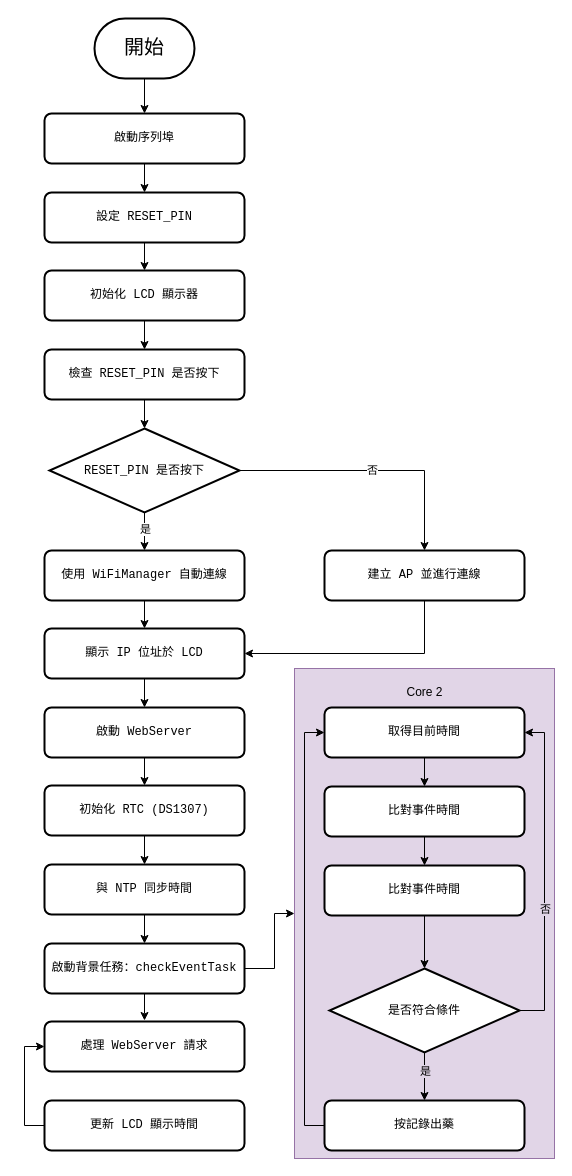
Above: main_wifiManager/流程圖.drawio in Shift2Ace/sba-2026 (draw.io), before the change. Source tidied: cells renumbered, new cells numbered last; positions are measured from the earlier drawing's top-left corner, leaving out a move shared by most shapes. Both pictures are drawn from the tidied source at 100%, with x=0, y=0 at pixel (24, 18).
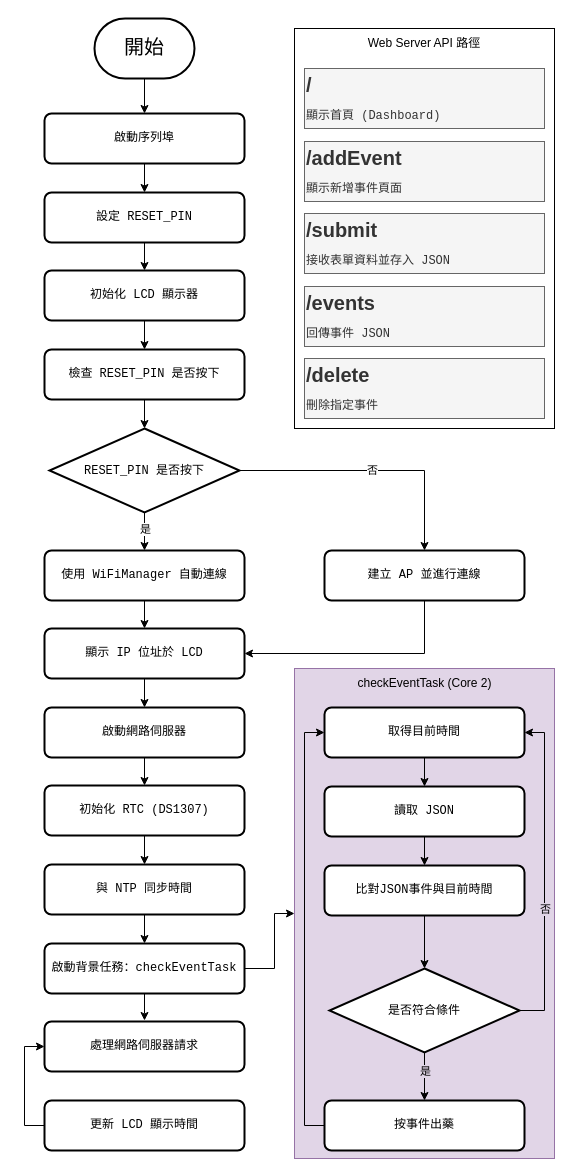
The same diagram, later.

Commit message (it also covers changes not shown here):
更新流程圖.drawio

Unchanged cells that the change refers to:
```xml
<mxCell id="34" style="group;" parent="1" vertex="1">
  <mxGeometry x="270" y="650" width="260" height="490" as="geometry" />
</mxCell>
```

What changed in the source:
```diff
@@
-    <mxCell id="16" value="&lt;pre&gt;&lt;div&gt;啟動 WebServer&lt;/div&gt;&lt;/pre&gt;" style="rounded=1;whiteSpace=wrap;html=1;absoluteArcSize=1;arcSize=14;strokeWidth=2;flipV=1;" parent="1" vertex="1">
+    <mxCell id="16" value="&lt;pre&gt;&lt;div&gt;啟動網路伺服器&lt;/div&gt;&lt;/pre&gt;" style="rounded=1;whiteSpace=wrap;html=1;absoluteArcSize=1;arcSize=14;strokeWidth=2;flipV=1;" parent="1" vertex="1">
       <mxGeometry x="20" y="689" width="200" height="50" as="geometry" />
     </mxCell>
@@
-    <mxCell id="24" value="&lt;pre&gt;&lt;div&gt;處理 WebServer 請求&lt;/div&gt;&lt;/pre&gt;" style="rounded=1;whiteSpace=wrap;html=1;absoluteArcSize=1;arcSize=14;strokeWidth=2;flipV=1;" parent="1" vertex="1">
+    <mxCell id="24" value="&lt;pre&gt;&lt;div&gt;處理網路伺服器請求&lt;/div&gt;&lt;/pre&gt;" style="rounded=1;whiteSpace=wrap;html=1;absoluteArcSize=1;arcSize=14;strokeWidth=2;flipV=1;" parent="1" vertex="1">
       <mxGeometry x="20" y="1003" width="200" height="50" as="geometry" />
     </mxCell>
@@
-    <mxCell id="37" value="&lt;pre&gt;&lt;div&gt;比對事件時間&lt;/div&gt;&lt;/pre&gt;" style="rounded=1;whiteSpace=wrap;html=1;absoluteArcSize=1;arcSize=14;strokeWidth=2;flipV=1;" parent="34" vertex="1">
+    <mxCell id="37" value="&lt;pre&gt;&lt;div&gt;讀取 JSON&lt;/div&gt;&lt;/pre&gt;" style="rounded=1;whiteSpace=wrap;html=1;absoluteArcSize=1;arcSize=14;strokeWidth=2;flipV=1;" parent="34" vertex="1">
       <mxGeometry x="30" y="118" width="200" height="50" as="geometry" />
     </mxCell>
-    <mxCell id="38" value="&lt;pre&gt;&lt;div&gt;比對事件時間&lt;/div&gt;&lt;/pre&gt;" style="rounded=1;whiteSpace=wrap;html=1;absoluteArcSize=1;arcSize=14;strokeWidth=2;flipV=1;" parent="34" vertex="1">
+    <mxCell id="38" value="&lt;pre&gt;&lt;div&gt;比對JSON事件與目前時間&lt;/div&gt;&lt;/pre&gt;" style="rounded=1;whiteSpace=wrap;html=1;absoluteArcSize=1;arcSize=14;strokeWidth=2;flipV=1;" parent="34" vertex="1">
       <mxGeometry x="30" y="197" width="200" height="50" as="geometry" />
     </mxCell>
@@
-    <mxCell id="40" value="&lt;pre&gt;&lt;div&gt;按記錄出藥&lt;/div&gt;&lt;/pre&gt;" style="rounded=1;whiteSpace=wrap;html=1;absoluteArcSize=1;arcSize=14;strokeWidth=2;flipV=1;" parent="34" vertex="1">
+    <mxCell id="40" value="&lt;pre&gt;&lt;div&gt;按事件出藥&lt;/div&gt;&lt;/pre&gt;" style="rounded=1;whiteSpace=wrap;html=1;absoluteArcSize=1;arcSize=14;strokeWidth=2;flipV=1;" parent="34" vertex="1">
       <mxGeometry x="30" y="432" width="200" height="50" as="geometry" />
     </mxCell>
@@
-    <mxCell id="49" value="Core 2" style="text;html=1;align=center;verticalAlign=middle;strokeColor=none;fillColor=none;" parent="34" vertex="1">
-      <mxGeometry x="100" y="9" width="60" height="30" as="geometry" />
+    <mxCell id="49" value="checkEventTask (Core 2)" style="text;html=1;align=center;verticalAlign=middle;strokeColor=none;fillColor=none;" parent="34" vertex="1">
+      <mxGeometry x="50" width="160" height="30" as="geometry" />
     </mxCell>
+    <mxCell id="50" style="rounded=0;whiteSpace=wrap;html=1;" parent="1" vertex="1">
+      <mxGeometry x="270" y="10" width="260" height="400" as="geometry" />
+    </mxCell>
+    <mxCell id="51" value="Web Server API&amp;nbsp;路徑" style="text;html=1;align=center;verticalAlign=middle;whiteSpace=wrap;rounded=0;" parent="1" vertex="1">
+      <mxGeometry x="270" y="10" width="260" height="30" as="geometry" />
+    </mxCell>
+    <mxCell id="52" value="&lt;p&gt;&lt;font style=&quot;font-size: 20px;&quot;&gt;&lt;b style=&quot;line-height: 10%;&quot;&gt;/&lt;/b&gt;&lt;/font&gt;&lt;/p&gt;&lt;div&gt;&lt;pre&gt;顯示首頁 (Dashboard)&lt;/pre&gt;&lt;/div&gt;" style="text;html=1;align=left;verticalAlign=middle;whiteSpace=wrap;rounded=0;flipV=1;fillColor=#f5f5f5;fontColor=#333333;strokeColor=#666666;" parent="1" vertex="1">
+      <mxGeometry x="280" y="50" width="240" height="60" as="geometry" />
+    </mxCell>
+    <mxCell id="53" value="&lt;p&gt;&lt;font style=&quot;font-size: 20px;&quot;&gt;&lt;b style=&quot;line-height: 10%;&quot;&gt;/addEvent&lt;/b&gt;&lt;/font&gt;&lt;/p&gt;&lt;div&gt;&lt;pre&gt;&lt;div&gt;顯示新增事件頁面&lt;/div&gt;&lt;/pre&gt;&lt;/div&gt;" style="text;html=1;align=left;verticalAlign=middle;whiteSpace=wrap;rounded=0;flipV=1;fillColor=#f5f5f5;fontColor=#333333;strokeColor=#666666;" parent="1" vertex="1">
+      <mxGeometry x="280" y="123" width="240" height="60" as="geometry" />
+    </mxCell>
+    <mxCell id="54" value="&lt;p&gt;&lt;font style=&quot;font-size: 20px;&quot;&gt;&lt;b style=&quot;line-height: 10%;&quot;&gt;/submit&lt;/b&gt;&lt;/font&gt;&lt;/p&gt;&lt;div&gt;&lt;pre&gt;接收表單資料並存入 JSON&lt;/pre&gt;&lt;/div&gt;" style="text;html=1;align=left;verticalAlign=middle;whiteSpace=wrap;rounded=0;flipV=1;fillColor=#f5f5f5;fontColor=#333333;strokeColor=#666666;" parent="1" vertex="1">
+      <mxGeometry x="280" y="195" width="240" height="60" as="geometry" />
+    </mxCell>
+    <mxCell id="55" value="&lt;p&gt;&lt;font style=&quot;font-size: 20px;&quot;&gt;&lt;b style=&quot;line-height: 10%;&quot;&gt;/events&lt;/b&gt;&lt;/font&gt;&lt;/p&gt;&lt;div&gt;&lt;pre&gt;回傳事件 JSON&lt;/pre&gt;&lt;/div&gt;" style="text;html=1;align=left;verticalAlign=middle;whiteSpace=wrap;rounded=0;flipV=1;fillColor=#f5f5f5;fontColor=#333333;strokeColor=#666666;" parent="1" vertex="1">
+      <mxGeometry x="280" y="268" width="240" height="60" as="geometry" />
+    </mxCell>
+    <mxCell id="56" value="&lt;p&gt;&lt;font style=&quot;font-size: 20px;&quot;&gt;&lt;b style=&quot;line-height: 10%;&quot;&gt;/delete&lt;/b&gt;&lt;/font&gt;&lt;/p&gt;&lt;div&gt;&lt;pre&gt;刪除指定事件&lt;/pre&gt;&lt;/div&gt;" style="text;html=1;align=left;verticalAlign=middle;whiteSpace=wrap;rounded=0;flipV=1;fillColor=#f5f5f5;fontColor=#333333;strokeColor=#666666;" parent="1" vertex="1">
+      <mxGeometry x="280" y="340" width="240" height="60" as="geometry" />
+    </mxCell>
```
